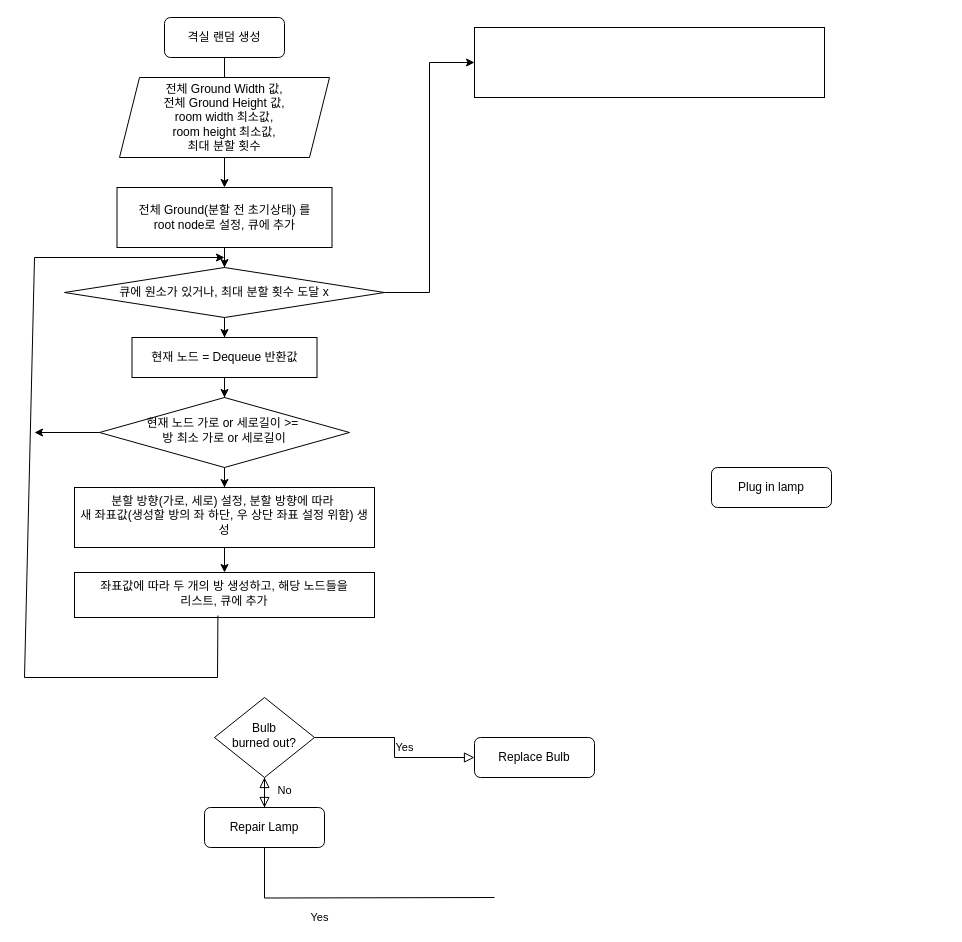
Earlier version of the draw.io diagram FlowChart.drawio (wyllowyllo/Procedural-dungeon-generation-_-BSP-ver). Source tidied: cells renumbered, new cells numbered last; positions are measured from the earlier drawing's top-left corner, leaving out a move shared by most shapes. Both pictures are drawn from the tidied source at 100%, with x=0, y=0 at pixel (24, 17).
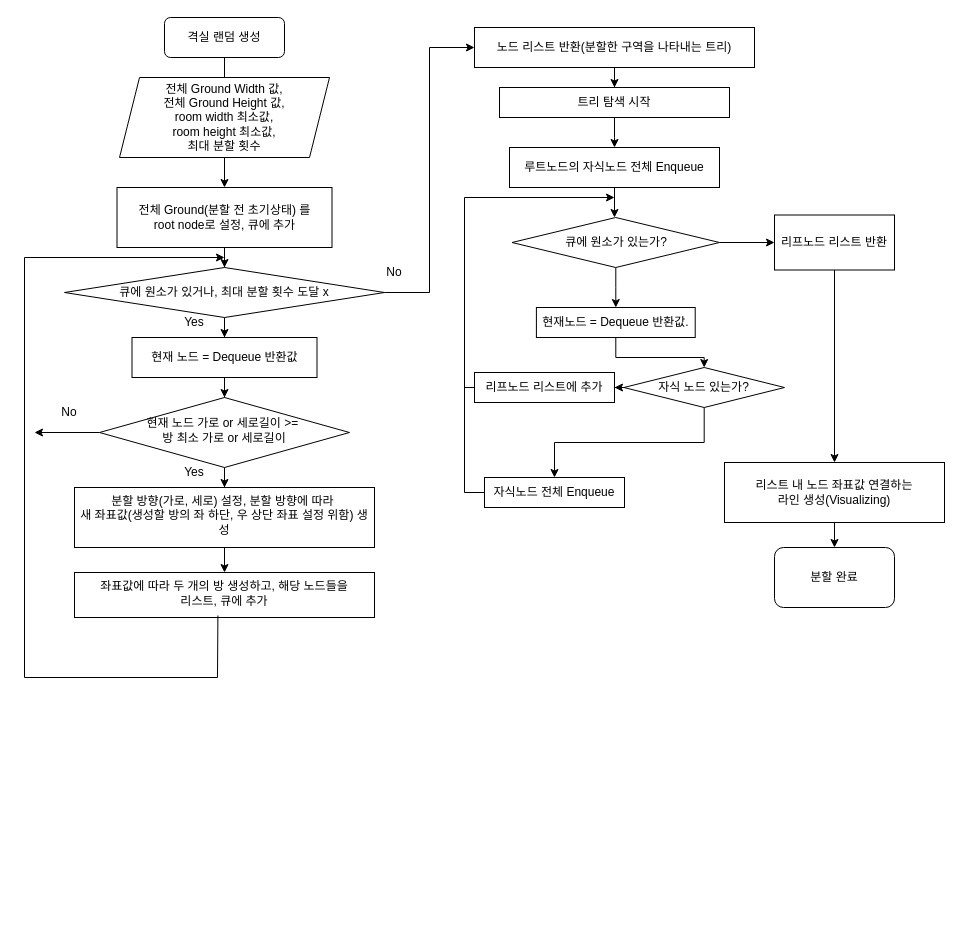
The same diagram, later.

Unchanged cells that the change refers to:
```xml
<mxCell id="24" value="좌표값에 따라 두 개의 방 생성하고, 해당 노드들을&lt;div&gt;&amp;nbsp;리스트, 큐에 추가&amp;nbsp;&lt;/div&gt;" style="whiteSpace=wrap;html=1;shadow=0;strokeWidth=1;spacing=6;spacingTop=-4;" parent="1" vertex="1">
  <mxGeometry x="50" y="555" width="300" height="45" as="geometry" />
</mxCell>
```

What changed in the source:
```diff
@@
-    <mxCell id="4" value="Yes" style="rounded=0;html=1;jettySize=auto;fontSize=11;endArrow=block;endFill=0;endSize=8;strokeWidth=1;shadow=0;labelBackgroundColor=none;edgeStyle=orthogonalEdgeStyle;" parent="1" edge="1" target="10">
-      <mxGeometry y="20" relative="1" as="geometry">
-        <mxPoint x="470" y="880" as="sourcePoint" />
-      </mxGeometry>
-    </mxCell>
@@
-    <mxCell id="7" value="Plug in lamp" style="rounded=1;whiteSpace=wrap;html=1;fontSize=12;glass=0;strokeWidth=1;shadow=0;" parent="1" vertex="1">
-      <mxGeometry x="687" y="450" width="120" height="40" as="geometry" />
-    </mxCell>
-    <mxCell id="8" value="No" style="rounded=0;html=1;jettySize=auto;fontSize=11;endArrow=block;endFill=0;endSize=8;strokeWidth=1;shadow=0;labelBackgroundColor=none;edgeStyle=orthogonalEdgeStyle;" parent="1" edge="1" source="10" target="11">
-      <mxGeometry x="0.33" y="20" relative="1" as="geometry" />
-    </mxCell>
-    <mxCell id="9" value="Yes" style="edgeStyle=orthogonalEdgeStyle;rounded=0;html=1;jettySize=auto;fontSize=11;endArrow=block;endFill=0;endSize=8;strokeWidth=1;shadow=0;labelBackgroundColor=none;" parent="1" edge="1" source="10" target="12">
-      <mxGeometry y="10" relative="1" as="geometry" />
-    </mxCell>
-    <mxCell id="10" value="Bulb&lt;br&gt;burned out?" style="rhombus;whiteSpace=wrap;html=1;shadow=0;fontFamily=Helvetica;fontSize=12;align=center;strokeWidth=1;spacing=6;spacingTop=-4;" parent="1" vertex="1">
-      <mxGeometry x="190" y="680" width="100" height="80" as="geometry" />
-    </mxCell>
-    <mxCell id="11" value="Repair Lamp" style="rounded=1;whiteSpace=wrap;html=1;fontSize=12;glass=0;strokeWidth=1;shadow=0;" parent="1" vertex="1">
-      <mxGeometry x="180" y="790" width="120" height="40" as="geometry" />
-    </mxCell>
-    <mxCell id="12" value="Replace Bulb" style="rounded=1;whiteSpace=wrap;html=1;fontSize=12;glass=0;strokeWidth=1;shadow=0;" parent="1" vertex="1">
-      <mxGeometry x="450" y="720" width="120" height="40" as="geometry" />
-    </mxCell>
@@
     <mxCell id="25" style="endArrow=classic;html=1;rounded=0;exitX=0.478;exitY=0.956;exitDx=0;exitDy=0;exitPerimeter=0;" parent="1" edge="1" source="24">
       <mxGeometry relative="1" as="geometry">
         <mxPoint x="200" y="240" as="targetPoint" />
         <Array as="points">
           <mxPoint x="193" y="660" />
           <mxPoint y="660" />
-          <mxPoint x="10" y="240" />
+          <mxPoint y="240" />
         </Array>
       </mxGeometry>
     </mxCell>
+    <mxCell id="28" style="edgeStyle=orthogonalEdgeStyle;rounded=0;jettySize=auto;html=1;" parent="1" edge="1" source="26" target="34">
+      <mxGeometry relative="1" as="geometry" />
+    </mxCell>
-    <mxCell id="26" style="whiteSpace=wrap;html=1;rounded=0;" parent="1" vertex="1">
-      <mxGeometry x="450" y="10" width="350" height="70" as="geometry" />
+    <mxCell id="26" value="노드 리스트 반환(분할한 구역을 나타내는 트리)" style="whiteSpace=wrap;html=1;rounded=0;" parent="1" vertex="1">
+      <mxGeometry x="450" y="10" width="280" height="40" as="geometry" />
     </mxCell>
@@
+    <mxCell id="29" value="Yes" style="text;html=1;align=center;verticalAlign=middle;whiteSpace=wrap;rounded=0;" parent="1" vertex="1">
+      <mxGeometry x="140" y="290" width="60" height="30" as="geometry" />
+    </mxCell>
+    <mxCell id="30" value="No" style="text;html=1;align=center;verticalAlign=middle;whiteSpace=wrap;rounded=0;" parent="1" vertex="1">
+      <mxGeometry x="340" y="240" width="60" height="30" as="geometry" />
+    </mxCell>
+    <mxCell id="31" value="Yes" style="text;html=1;align=center;verticalAlign=middle;whiteSpace=wrap;rounded=0;" parent="1" vertex="1">
+      <mxGeometry x="140" y="440" width="60" height="30" as="geometry" />
+    </mxCell>
+    <mxCell id="32" value="No" style="text;html=1;align=center;verticalAlign=middle;whiteSpace=wrap;rounded=0;" parent="1" vertex="1">
+      <mxGeometry x="15" y="380" width="60" height="30" as="geometry" />
+    </mxCell>
+    <mxCell id="33" style="edgeStyle=orthogonalEdgeStyle;rounded=0;jettySize=auto;html=1;" parent="1" edge="1" source="34">
+      <mxGeometry relative="1" as="geometry">
+        <mxPoint x="590" y="130" as="targetPoint" />
+      </mxGeometry>
+    </mxCell>
+    <mxCell id="34" value="트리 탐색 시작" style="whiteSpace=wrap;html=1;rounded=0;" parent="1" vertex="1">
+      <mxGeometry x="475" y="70" width="230" height="30" as="geometry" />
+    </mxCell>
+    <mxCell id="35" value="루트노드의 자식노드 전체 Enqueue" style="rounded=0;whiteSpace=wrap;html=1;" parent="1" vertex="1">
+      <mxGeometry x="485" y="130" width="210" height="40" as="geometry" />
+    </mxCell>
+    <mxCell id="36" style="endArrow=classic;html=1;rounded=0;exitX=0.5;exitY=1;exitDx=0;exitDy=0;entryX=0.5;entryY=0;entryDx=0;entryDy=0;" parent="1" edge="1" source="35">
+      <mxGeometry relative="1" as="geometry">
+        <mxPoint x="590" y="200" as="targetPoint" />
+      </mxGeometry>
+    </mxCell>
+    <mxCell id="37" style="edgeStyle=orthogonalEdgeStyle;rounded=0;jettySize=auto;html=1;" parent="1" edge="1" target="40">
+      <mxGeometry relative="1" as="geometry">
+        <mxPoint x="590" y="240" as="sourcePoint" />
+      </mxGeometry>
+    </mxCell>
+    <mxCell id="38" style="edgeStyle=orthogonalEdgeStyle;rounded=0;jettySize=auto;html=1;" parent="1" edge="1" source="40" target="42">
+      <mxGeometry relative="1" as="geometry" />
+    </mxCell>
+    <mxCell id="39" style="edgeStyle=orthogonalEdgeStyle;rounded=0;jettySize=auto;html=1;" parent="1" edge="1" source="40" target="50">
+      <mxGeometry relative="1" as="geometry" />
+    </mxCell>
+    <mxCell id="40" value="큐에 원소가 있는가?" style="rhombus;whiteSpace=wrap;html=1;" parent="1" vertex="1">
+      <mxGeometry x="487.5" y="200" width="207.5" height="50" as="geometry" />
+    </mxCell>
+    <mxCell id="41" style="edgeStyle=orthogonalEdgeStyle;rounded=0;jettySize=auto;html=1;" parent="1" edge="1" source="42" target="46">
+      <mxGeometry relative="1" as="geometry" />
+    </mxCell>
+    <mxCell id="42" value="현재노드 = Dequeue 반환값." style="whiteSpace=wrap;html=1;" parent="1" vertex="1">
+      <mxGeometry x="511.9" y="290" width="158.8" height="30" as="geometry" />
+    </mxCell>
+    <mxCell id="43" value="자식노드 전체 Enqueue" style="whiteSpace=wrap;html=1;" parent="1" vertex="1">
+      <mxGeometry x="460" y="460" width="140" height="30" as="geometry" />
+    </mxCell>
+    <mxCell id="44" style="edgeStyle=orthogonalEdgeStyle;rounded=0;jettySize=auto;html=1;" parent="1" edge="1" source="46" target="43">
+      <mxGeometry relative="1" as="geometry" />
+    </mxCell>
+    <mxCell id="45" style="edgeStyle=orthogonalEdgeStyle;rounded=0;jettySize=auto;html=1;" parent="1" edge="1" source="46" target="48">
+      <mxGeometry relative="1" as="geometry" />
+    </mxCell>
+    <mxCell id="46" value="자식 노드 있는가?" style="rhombus;whiteSpace=wrap;html=1;" parent="1" vertex="1">
+      <mxGeometry x="599.4" y="350" width="160.6" height="40" as="geometry" />
+    </mxCell>
+    <mxCell id="47" style="endArrow=classic;html=1;rounded=0;exitX=0;exitY=0.5;exitDx=0;exitDy=0;" parent="1" edge="1" source="43">
+      <mxGeometry relative="1" as="geometry">
+        <mxPoint x="590" y="180" as="targetPoint" />
+        <Array as="points">
+          <mxPoint x="440" y="475" />
+          <mxPoint x="440" y="180" />
+        </Array>
+      </mxGeometry>
+    </mxCell>
+    <mxCell id="48" value="리프노드 리스트에 추가" style="whiteSpace=wrap;html=1;" parent="1" vertex="1">
+      <mxGeometry x="450" y="355" width="140" height="30" as="geometry" />
+    </mxCell>
+    <mxCell id="49" style="edgeStyle=orthogonalEdgeStyle;rounded=0;jettySize=auto;html=1;" parent="1" edge="1" source="50" target="53">
+      <mxGeometry relative="1" as="geometry" />
+    </mxCell>
+    <mxCell id="50" value="리프노드 리스트 반환" style="whiteSpace=wrap;html=1;" parent="1" vertex="1">
+      <mxGeometry x="750" y="197.5" width="120" height="55" as="geometry" />
+    </mxCell>
+    <mxCell id="51" style="endArrow=none;html=1;rounded=0;exitX=0;exitY=0.5;exitDx=0;exitDy=0;" parent="1" edge="1" source="48">
+      <mxGeometry relative="1" as="geometry">
+        <mxPoint x="440" y="370" as="targetPoint" />
+      </mxGeometry>
+    </mxCell>
+    <mxCell id="52" style="edgeStyle=orthogonalEdgeStyle;rounded=0;jettySize=auto;html=1;" parent="1" edge="1" source="53" target="54">
+      <mxGeometry relative="1" as="geometry" />
+    </mxCell>
+    <mxCell id="53" value="리스트 내 노드 좌표값 연결하는&lt;div&gt;라인 생성(Visualizing)&lt;/div&gt;" style="whiteSpace=wrap;html=1;" parent="1" vertex="1">
+      <mxGeometry x="700" y="445" width="220" height="60" as="geometry" />
+    </mxCell>
+    <mxCell id="54" value="분할 완료" style="rounded=1;whiteSpace=wrap;html=1;" parent="1" vertex="1">
+      <mxGeometry x="750" y="530" width="120" height="60" as="geometry" />
+    </mxCell>
```
